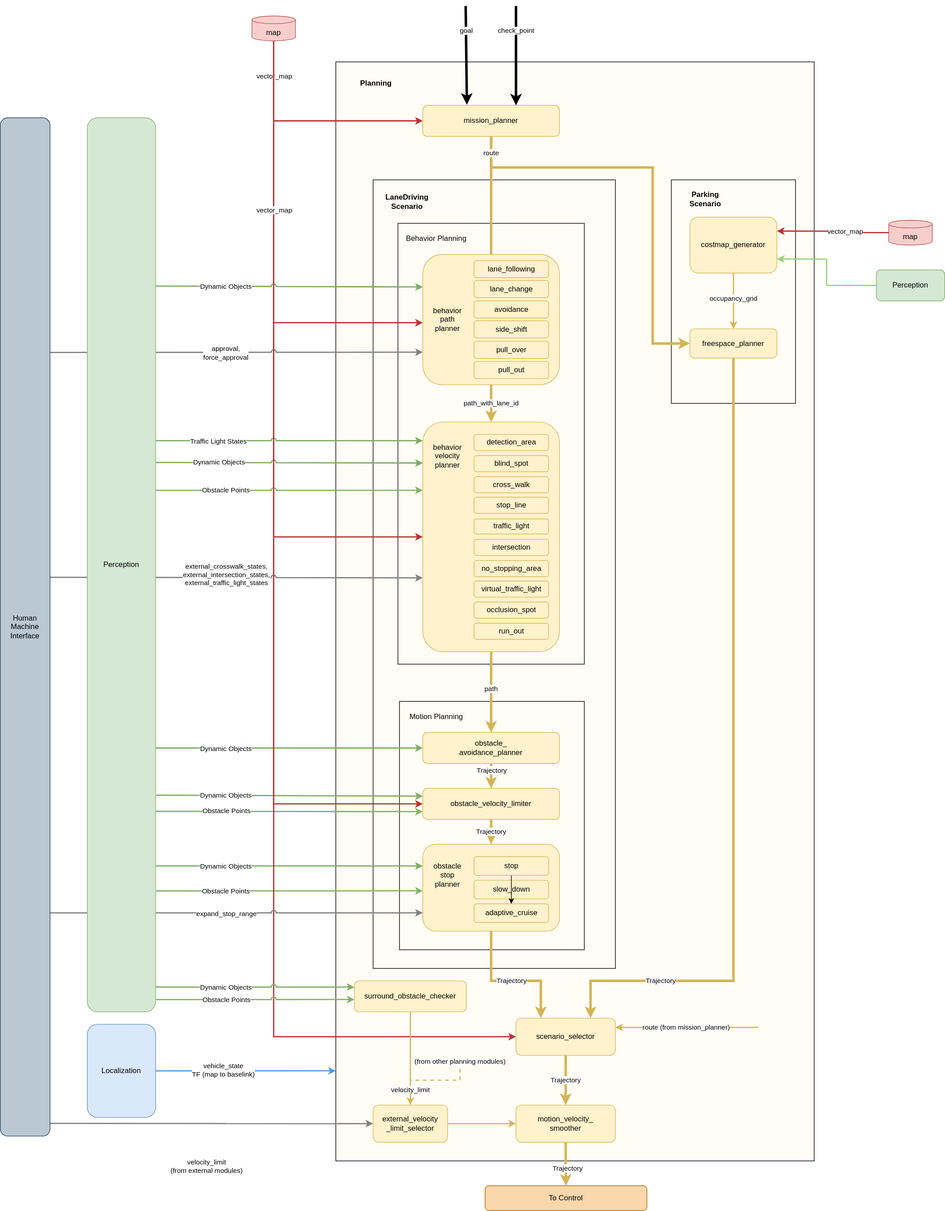
Earlier version of the draw.io export pr-7/design/autoware-architecture/planning/image/planning-diagram.drawio.svg (tier4/autoware-documentation). Source tidied: cells renumbered, new cells last; positions are measured from the earlier drawing's top-left corner, leaving out a move shared by most shapes.
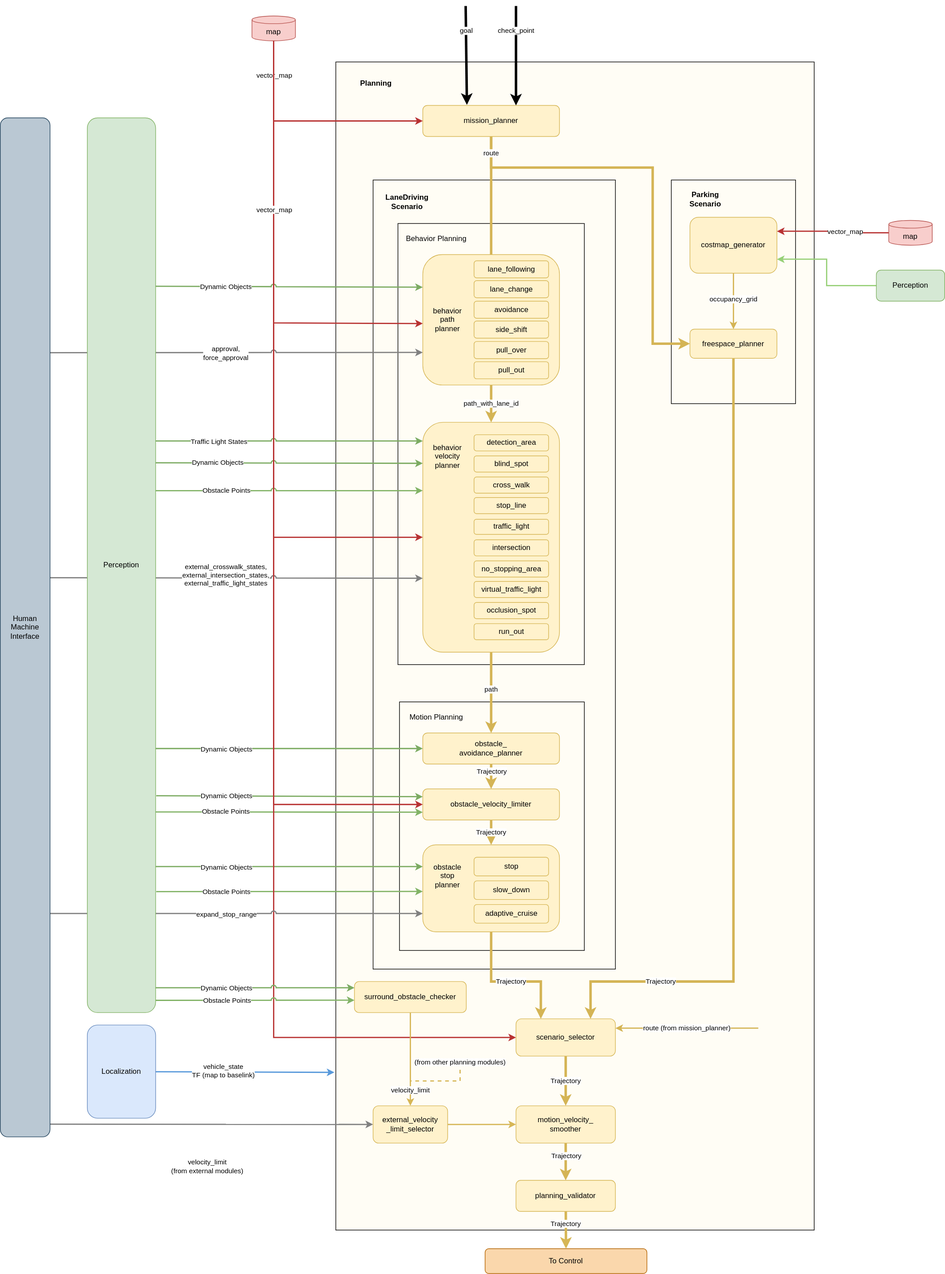
Above is the later version.

Diff of the diagram source:
```diff
@@ -3,7 +3,7 @@
     <mxCell id="0" />
     <mxCell id="1" parent="0" />
     <mxCell id="2" style="rounded=0;whiteSpace=wrap;html=1;sketch=0;verticalAlign=top;fillColor=#FFFDF5;" parent="1" vertex="1">
-      <mxGeometry x="540" y="90" width="770" height="1770" as="geometry" />
+      <mxGeometry x="540" y="90" width="770" height="1880" as="geometry" />
     </mxCell>
     <mxCell id="3" style="rounded=0;whiteSpace=wrap;html=1;sketch=0;verticalAlign=top;fillColor=none;" parent="1" vertex="1">
       <mxGeometry x="600" y="280" width="390" height="1270" as="geometry" />
@@ -83,13 +83,13 @@
     <mxCell id="23" value="scenario_selector" style="rounded=1;whiteSpace=wrap;html=1;comic=0;fillColor=#fff2cc;strokeColor=#d6b656;sketch=0;shadow=0;" parent="1" vertex="1">
       <mxGeometry x="830" y="1630" width="160" height="60" as="geometry" />
     </mxCell>
-    <mxCell id="24" style="edgeStyle=orthogonalEdgeStyle;rounded=0;comic=0;jettySize=auto;html=1;strokeWidth=4;strokeColor=#D4B455;" parent="1" edge="1" source="26">
-      <mxGeometry relative="1" as="geometry">
-        <mxPoint x="910.5" y="1900" as="targetPoint" />
-      </mxGeometry>
+    <mxCell id="24" style="edgeStyle=orthogonalEdgeStyle;rounded=0;comic=0;jettySize=auto;html=1;strokeWidth=4;strokeColor=#D4B455;entryX=0.5;entryY=0;entryDx=0;entryDy=0;" parent="1" edge="1" source="26" target="116">
+      <mxGeometry relative="1" as="geometry" />
     </mxCell>
     <mxCell id="25" value="&lt;font color=&quot;#000000&quot;&gt;Trajectory&lt;/font&gt;" style="edgeLabel;html=1;align=center;verticalAlign=middle;fontColor=#666666;" parent="24" vertex="1">
-      <mxGeometry x="0.16" y="2" relative="1" as="geometry" />
+      <mxGeometry x="0.16" y="2" relative="1" as="geometry">
+        <mxPoint x="-2" y="-15" as="offset" />
+      </mxGeometry>
     </mxCell>
     <mxCell id="26" value="motion_velocity_&lt;br&gt;smoother" style="rounded=1;whiteSpace=wrap;html=1;comic=0;fillColor=#fff2cc;strokeColor=#d6b656;sketch=0;shadow=0;" parent="1" vertex="1">
       <mxGeometry x="830" y="1770" width="160" height="60" as="geometry" />
@@ -145,9 +145,6 @@
     <mxCell id="38" value="adaptive_cruise" style="rounded=1;whiteSpace=wrap;html=1;comic=0;fillColor=#fff2cc;strokeColor=#d6b656;sketch=0;shadow=0;" parent="1" vertex="1">
       <mxGeometry x="762.5" y="1446" width="120" height="30" as="geometry" />
     </mxCell>
-    <mxCell id="39" style="edgeStyle=orthogonalEdgeStyle;rounded=0;jettySize=auto;html=1;" parent="1" edge="1" source="40" target="38">
-      <mxGeometry relative="1" as="geometry" />
-    </mxCell>
     <mxCell id="40" value="stop" style="rounded=1;whiteSpace=wrap;html=1;comic=0;fillColor=#fff2cc;strokeColor=#d6b656;sketch=0;shadow=0;" parent="1" vertex="1">
       <mxGeometry x="762.5" y="1370" width="120" height="30" as="geometry" />
     </mxCell>
@@ -183,7 +180,7 @@
       </mxGeometry>
     </mxCell>
     <mxCell id="47" value="To Control" style="rounded=1;whiteSpace=wrap;html=1;comic=0;fillColor=#fad7ac;strokeColor=#b46504;sketch=0;shadow=0;" parent="1" vertex="1">
-      <mxGeometry x="780.2" y="1900" width="260.5" height="40" as="geometry" />
+      <mxGeometry x="780.2" y="2000" width="260.5" height="40" as="geometry" />
     </mxCell>
     <mxCell id="48" value="vector_map" style="edgeStyle=orthogonalEdgeStyle;rounded=0;comic=0;jettySize=auto;html=1;entryX=1;entryY=0.25;entryDx=0;entryDy=0;fontColor=#000000;strokeWidth=2;strokeColor=#B83232;exitX=0;exitY=0.5;exitDx=0;exitDy=0;exitPerimeter=0;" parent="1" edge="1" source="66" target="31">
       <mxGeometry x="-0.23" y="-2" relative="1" as="geometry" />
@@ -289,7 +286,7 @@
     <mxCell id="68" value="map" style="shape=cylinder3;whiteSpace=wrap;html=1;boundedLbl=1;backgroundOutline=1;size=6.231516520182296;sketch=0;verticalAlign=top;fillColor=#f8cecc;strokeColor=#b85450;" parent="1" vertex="1">
       <mxGeometry x="405" y="16" width="70" height="40" as="geometry" />
     </mxCell>
-    <mxCell id="69" style="edgeStyle=none;rounded=1;comic=0;jumpStyle=arc;jettySize=auto;html=1;entryX=0;entryY=0.918;entryDx=0;entryDy=0;entryPerimeter=0;fontColor=#000000;strokeWidth=2;strokeColor=#5899DB;" parent="1" edge="1" source="71" target="2">
+    <mxCell id="69" style="edgeStyle=none;rounded=1;comic=0;jumpStyle=arc;jettySize=auto;html=1;entryX=-0.003;entryY=0.865;entryDx=0;entryDy=0;entryPerimeter=0;fontColor=#000000;strokeWidth=2;strokeColor=#5899DB;" parent="1" edge="1" source="71" target="2">
       <mxGeometry relative="1" as="geometry" />
     </mxCell>
     <mxCell id="70" value="vehicle_state&lt;br&gt;TF (map to baselink)" style="edgeLabel;html=1;align=center;verticalAlign=middle;fontColor=#000000;" parent="69" vertex="1">
@@ -475,5 +472,11 @@
         <mxPoint x="55" y="3" as="offset" />
       </mxGeometry>
     </mxCell>
+    <mxCell id="115" value="&lt;span style=&quot;color: rgb(0, 0, 0); font-family: Helvetica; font-size: 11px; font-style: normal; font-variant-ligatures: normal; font-variant-caps: normal; font-weight: 400; letter-spacing: normal; orphans: 2; text-align: center; text-indent: 0px; text-transform: none; widows: 2; word-spacing: 0px; -webkit-text-stroke-width: 0px; background-color: rgb(255, 255, 255); text-decoration-thickness: initial; text-decoration-style: initial; text-decoration-color: initial; float: none; display: inline !important;&quot;&gt;Trajectory&lt;/span&gt;" style="edgeStyle=none;html=1;entryX=0.5;entryY=0;entryDx=0;entryDy=0;fillColor=#fff2cc;strokeColor=#d6b656;strokeWidth=4;" parent="1" edge="1" source="116" target="47">
+      <mxGeometry x="-0.33" relative="1" as="geometry" />
+    </mxCell>
+    <mxCell id="116" value="planning_validator" style="rounded=1;whiteSpace=wrap;html=1;comic=0;fillColor=#fff2cc;strokeColor=#d6b656;sketch=0;shadow=0;" parent="1" vertex="1">
+      <mxGeometry x="830" y="1890" width="160" height="50" as="geometry" />
+    </mxCell>
   </root>
 </mxGraphModel>
```
